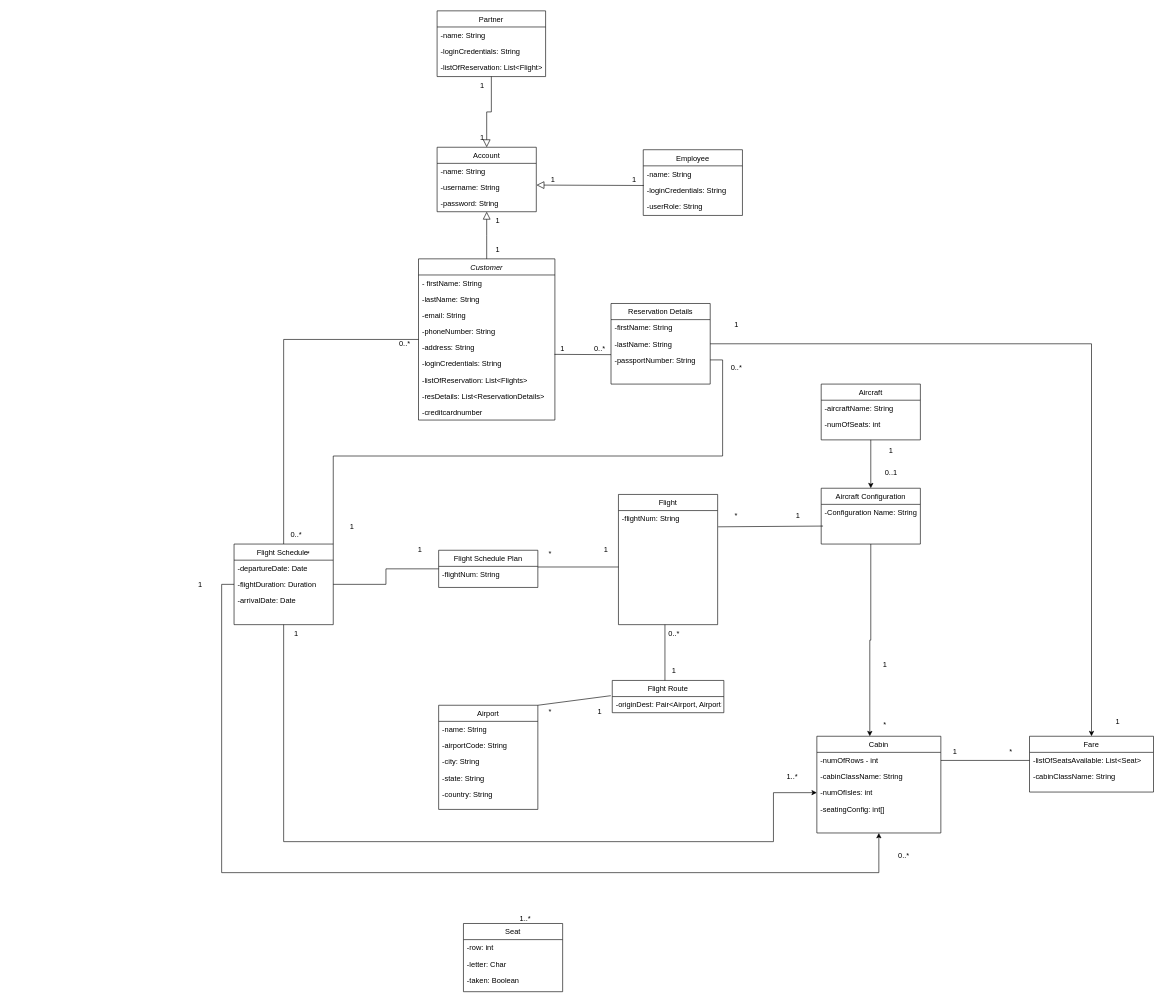
The draw.io diagram ENTITY CLASS DIAGRAM.drawio in glennquah/Flight-Enterprise-System, before the edit. Source tidied: cells renumbered, new cells numbered last; positions are measured from the earlier drawing's top-left corner, leaving out a move shared by most shapes. Both pictures are drawn from the tidied source at 62%, with x=0, y=0 at pixel (190, 11).
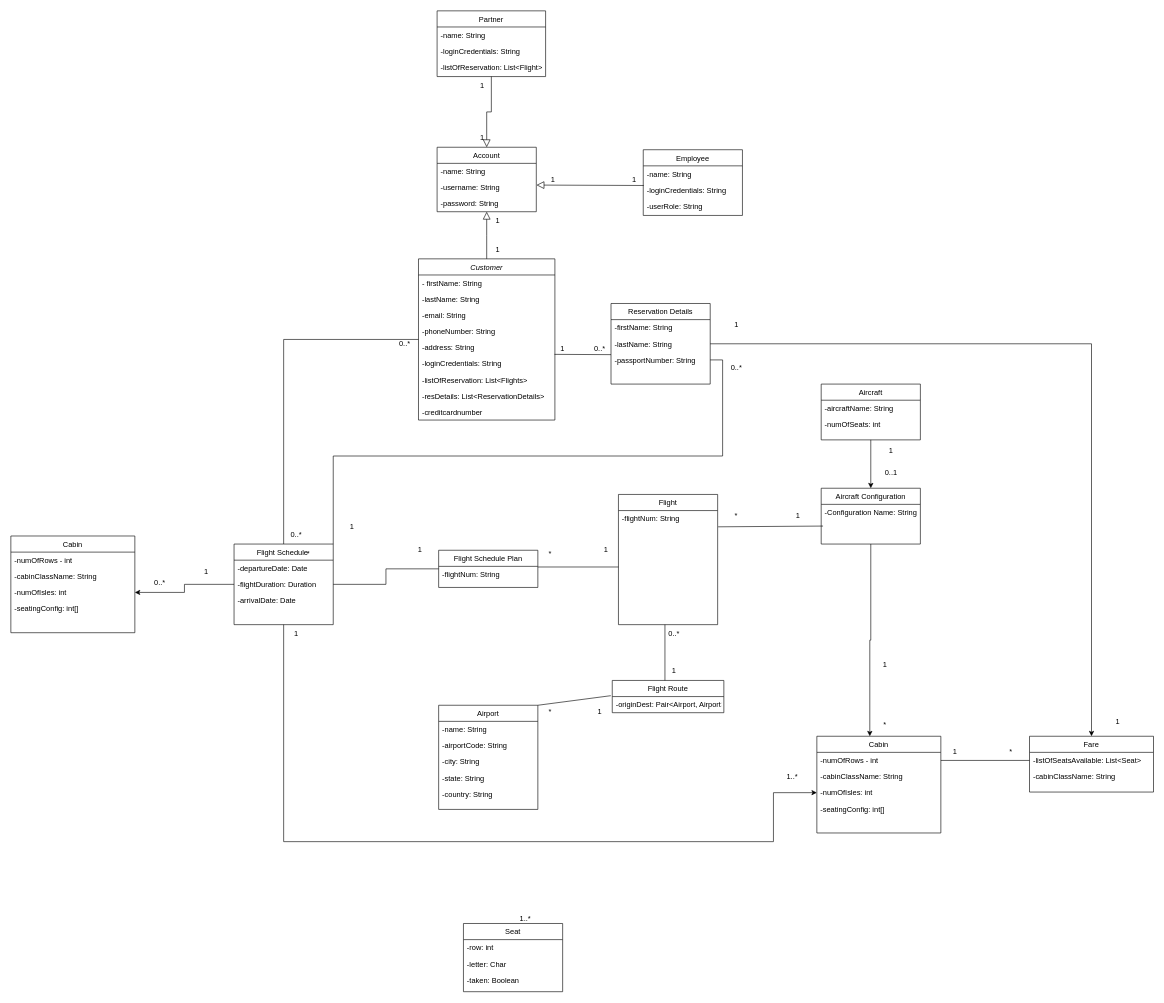
Above is the later version.

The change refers to these unchanged cells:
```xml
<mxCell id="31" value="Cabin" style="swimlane;fontStyle=0;align=center;verticalAlign=top;horizontal=1;startSize=26;rounded=0;shadow=0;strokeWidth=1;" parent="1" vertex="1">
  <mxGeometry x="1010" y="1170" width="200" height="156" as="geometry" />
</mxCell>
<mxCell id="83" value="Flight Schedule " style="swimlane;fontStyle=0;align=center;verticalAlign=top;horizontal=1;startSize=26;rounded=0;shadow=0;strokeWidth=1;" parent="1" vertex="1">
  <mxGeometry x="70" y="860" width="160" height="130" as="geometry" />
</mxCell>
<mxCell id="85" value="-flightDuration: Duration" style="text;align=left;verticalAlign=top;spacingLeft=4;spacingRight=4;overflow=hidden;points=[[0,0.5],[1,0.5]];portConstraint=eastwest;rounded=0;shadow=0;html=0;" parent="83" vertex="1">
  <mxGeometry y="52" width="160" height="26" as="geometry" />
</mxCell>
```

Change to the diagram source:
```diff
@@
-    <mxCell id="82" style="edgeStyle=orthogonalEdgeStyle;rounded=0;jettySize=auto;html=1;entryX=0.5;entryY=1;entryDx=0;entryDy=0;" parent="1" edge="1" source="83" target="31">
-      <mxGeometry relative="1" as="geometry">
-        <Array as="points">
-          <mxPoint x="50" y="925" />
-          <mxPoint x="50" y="1390" />
-          <mxPoint x="1110" y="1390" />
-        </Array>
-      </mxGeometry>
-    </mxCell>
@@
     <mxCell id="111" value="1" style="text;html=1;align=center;verticalAlign=middle;strokeColor=none;fillColor=none;" parent="1" vertex="1">
-      <mxGeometry y="910" width="30" height="30" as="geometry" />
+      <mxGeometry x="10" y="890" width="30" height="30" as="geometry" />
     </mxCell>
+    <mxCell id="113" value="Cabin" style="swimlane;fontStyle=0;align=center;verticalAlign=top;horizontal=1;startSize=26;rounded=0;shadow=0;strokeWidth=1;" parent="1" vertex="1">
+      <mxGeometry x="-290" y="847" width="200" height="156" as="geometry" />
+    </mxCell>
+    <mxCell id="114" value="-numOfRows - int" style="text;align=left;verticalAlign=top;spacingLeft=4;spacingRight=4;overflow=hidden;" parent="113" vertex="1">
+      <mxGeometry y="26" width="200" height="26" as="geometry" />
+    </mxCell>
+    <mxCell id="115" value="-cabinClassName: String" style="text;align=left;verticalAlign=top;spacingLeft=4;spacingRight=4;overflow=hidden;rounded=0;shadow=0;html=0;" parent="113" vertex="1">
+      <mxGeometry y="52" width="200" height="26" as="geometry" />
+    </mxCell>
+    <mxCell id="116" value="-numOfIsles: int" style="text;align=left;verticalAlign=top;spacingLeft=4;spacingRight=4;overflow=hidden;points=[[0,0.5],[1,0.5]];portConstraint=eastwest;rounded=0;shadow=0;html=0;" parent="113" vertex="1">
+      <mxGeometry y="78" width="200" height="26" as="geometry" />
+    </mxCell>
+    <mxCell id="117" value="-seatingConfig: int[]" style="text;align=left;verticalAlign=top;spacingLeft=4;spacingRight=4;overflow=hidden;rounded=0;shadow=0;html=0;" parent="113" vertex="1">
+      <mxGeometry y="104" width="200" height="26" as="geometry" />
+    </mxCell>
+    <mxCell id="118" style="edgeStyle=orthogonalEdgeStyle;rounded=0;jettySize=auto;html=1;entryX=1;entryY=0.5;entryDx=0;entryDy=0;" parent="1" edge="1" source="85" target="116">
+      <mxGeometry relative="1" as="geometry" />
+    </mxCell>
     <mxCell id="112" value="0..*" style="text;html=1;align=center;verticalAlign=middle;strokeColor=none;fillColor=none;" parent="1" vertex="1">
-      <mxGeometry x="1130" y="1348" width="40" height="30" as="geometry" />
+      <mxGeometry x="-70" y="908" width="40" height="30" as="geometry" />
     </mxCell>
```
